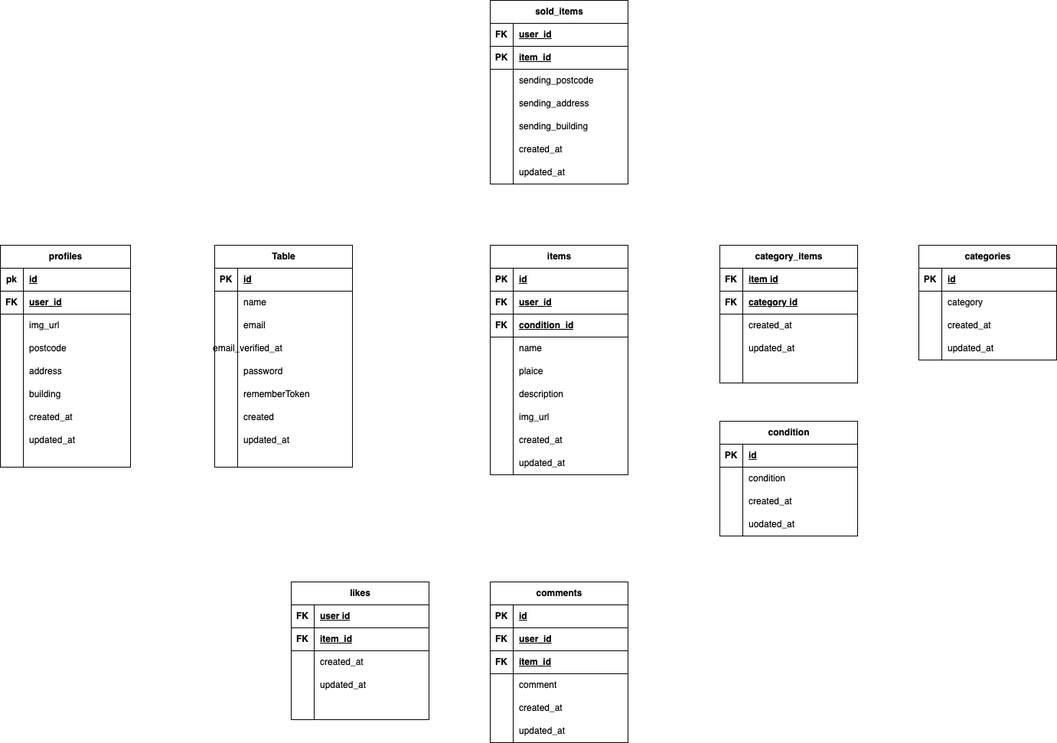
Before: src/test.drawio.png, a diagram exported from draw.io (suzuka-us/coachtech-flemaapuri). Source tidied: cells renumbered, new cells last; positions are measured from the earlier drawing's top-left corner, leaving out a move shared by most shapes.
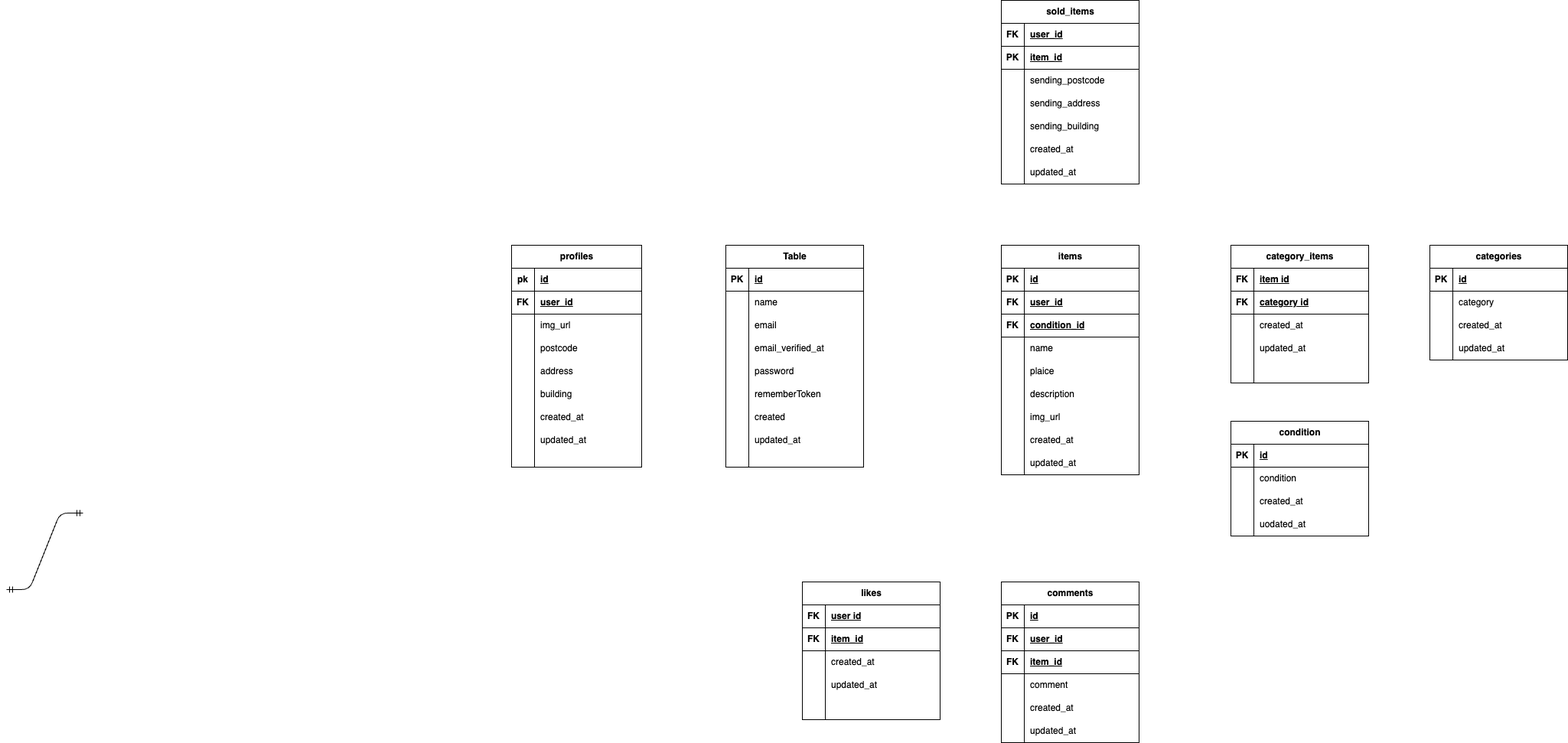
After the commit.

Diff of the diagram source:
```diff
@@ -171,7 +171,7 @@
       <mxGeometry x="30" width="150" height="20" as="geometry" />
     </mxCell>
     <mxCell id="58" value="email_verified_at" style="shape=partialRectangle;fillColor=none;top=0;left=0;bottom=0;right=0;align=left;spacingLeft=6;overflow=hidden;whiteSpace=wrap;html=1;strokeColor=default;" parent="1" vertex="1">
-      <mxGeometry x="270" y="440" width="150" height="30" as="geometry" />
+      <mxGeometry x="310" y="440" width="150" height="30" as="geometry" />
     </mxCell>
     <mxCell id="59" value="sold_items" style="shape=table;startSize=30;rowLines=0;fontStyle=1;align=center;html=1;" parent="1" vertex="1">
       <mxGeometry x="640" width="180" height="240" as="geometry" />
@@ -554,5 +554,11 @@
     <mxCell id="185" value="updated_at" style="shape=partialRectangle;fillColor=none;top=0;left=0;bottom=0;right=0;align=left;spacingLeft=6;overflow=hidden;whiteSpace=wrap;html=1;" parent="183" vertex="1">
       <mxGeometry x="30" width="150" height="30" as="geometry" />
     </mxCell>
+    <mxCell id="186" style="edgeStyle=entityRelationEdgeStyle;fontSize=12;html=1;endArrow=ERmandOne;startArrow=ERmandOne;" parent="1" edge="1">
+      <mxGeometry relative="1" as="geometry">
+        <mxPoint x="-660" y="770" as="sourcePoint" />
+        <mxPoint x="-560" y="670" as="targetPoint" />
+      </mxGeometry>
+    </mxCell>
   </root>
 </mxGraphModel>
```
